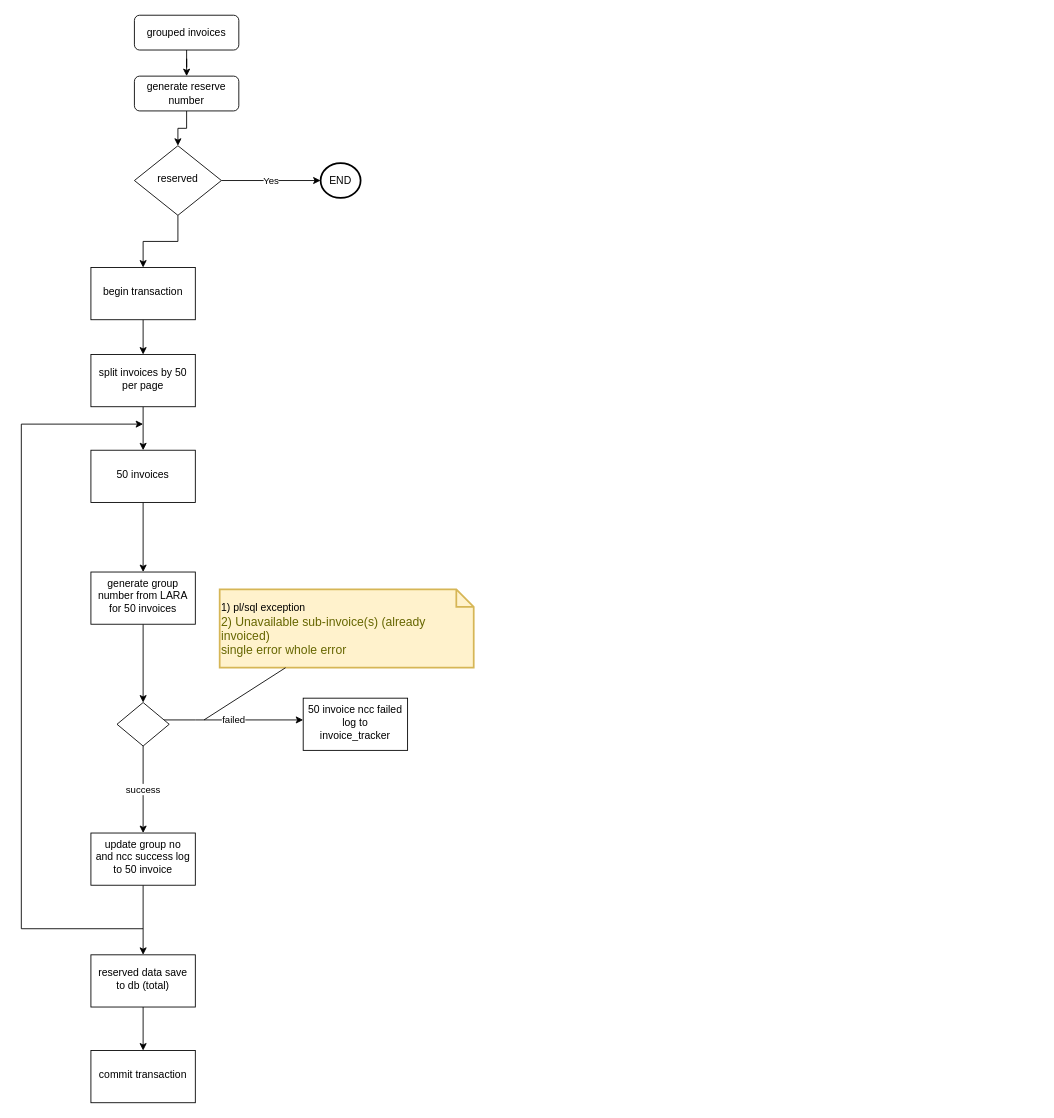
Before: ncc_flow.drawio in yi2003/diagram, a draw.io diagram. Source tidied: cells renumbered, new cells numbered last; positions are measured from the earlier drawing's top-left corner, leaving out a move shared by most shapes. Both pictures are drawn from the tidied source at 87%, with x=0, y=0 at pixel (21, 15).
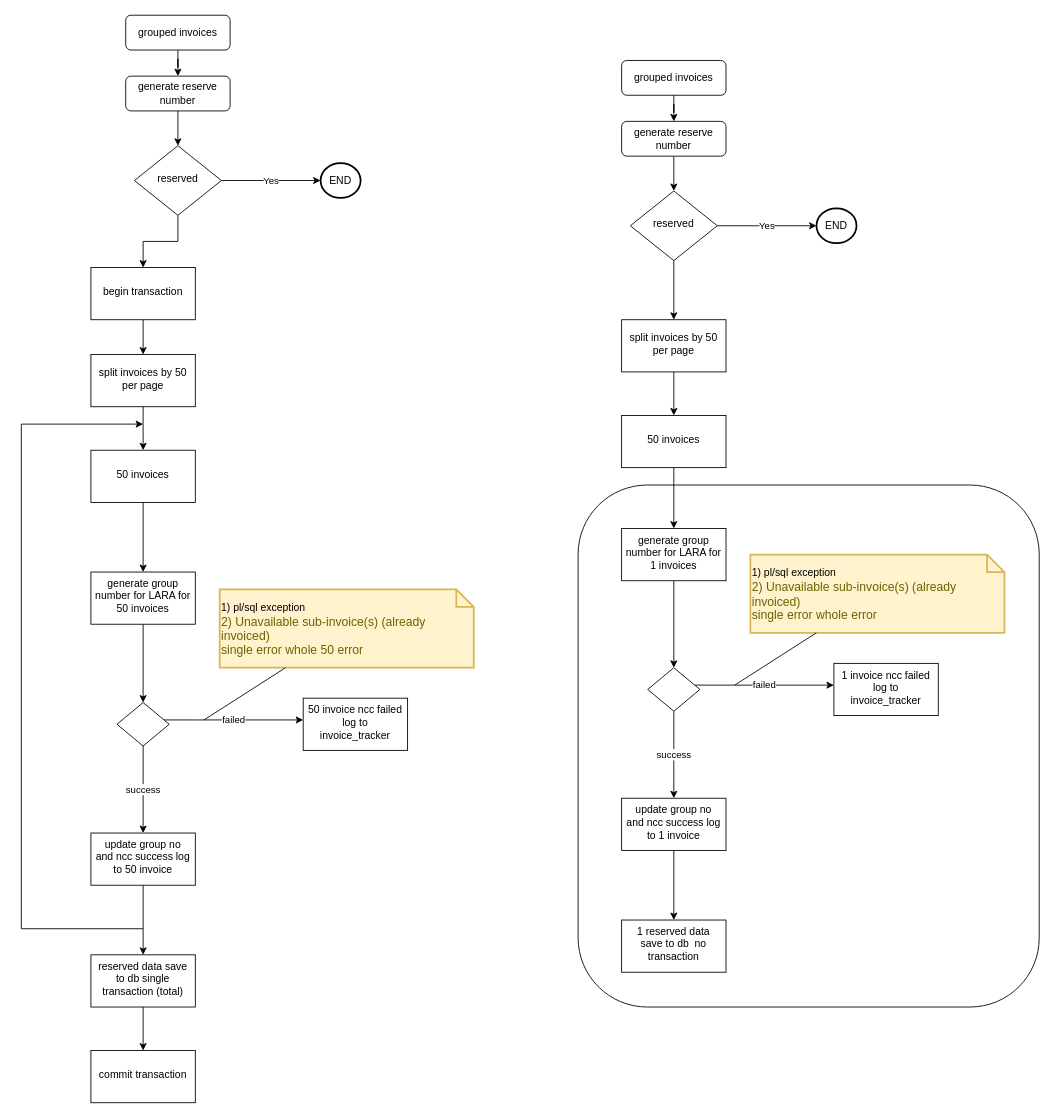
The same page after the edit.

What changed in the source:
```diff
@@
+    <mxCell id="30" style="rounded=1;whiteSpace=wrap;html=1;" parent="1" vertex="1">
+      <mxGeometry x="640" y="540" width="530" height="600" as="geometry" />
+    </mxCell>
@@
     <mxCell id="3" value="grouped invoices" style="rounded=1;whiteSpace=wrap;html=1;fontSize=12;glass=0;strokeWidth=1;shadow=0;" parent="1" vertex="1">
-      <mxGeometry x="130" width="120" height="40" as="geometry" />
+      <mxGeometry x="120" width="120" height="40" as="geometry" />
     </mxCell>
@@
     <mxCell id="8" value="generate reserve number" style="rounded=1;whiteSpace=wrap;html=1;fontSize=12;glass=0;strokeWidth=1;shadow=0;" parent="1" vertex="1">
-      <mxGeometry x="130" y="70" width="120" height="40" as="geometry" />
+      <mxGeometry x="120" y="70" width="120" height="40" as="geometry" />
     </mxCell>
@@
-    <mxCell id="17" value="generate group number from LARA for 50 invoices" style="whiteSpace=wrap;html=1;shadow=0;strokeWidth=1;spacing=6;spacingTop=-4;" parent="1" vertex="1">
+    <mxCell id="17" value="generate group number for LARA for 50 invoices" style="whiteSpace=wrap;html=1;shadow=0;strokeWidth=1;spacing=6;spacingTop=-4;" parent="1" vertex="1">
       <mxGeometry x="80" y="640" width="120" height="60" as="geometry" />
     </mxCell>
@@
-    <mxCell id="24" value="&lt;font color=&quot;#000000&quot;&gt;&lt;span style=&quot;font-size: 12px;&quot;&gt;1) pl/sql exception&lt;/span&gt;&lt;/font&gt;&amp;nbsp;&lt;br&gt;2)&amp;nbsp;Unavailable sub-invoice(s) (already invoiced)&lt;br&gt;single error whole error" style="shape=note;strokeWidth=2;fontSize=14;size=20;whiteSpace=wrap;html=1;fillColor=#fff2cc;strokeColor=#d6b656;fontColor=#666600;align=left;" parent="1" vertex="1">
+    <mxCell id="24" value="&lt;font color=&quot;#000000&quot;&gt;&lt;span style=&quot;font-size: 12px;&quot;&gt;1) pl/sql exception&lt;/span&gt;&lt;/font&gt;&amp;nbsp;&lt;br&gt;2)&amp;nbsp;Unavailable sub-invoice(s) (already invoiced)&lt;br&gt;single error whole 50 error" style="shape=note;strokeWidth=2;fontSize=14;size=20;whiteSpace=wrap;html=1;fillColor=#fff2cc;strokeColor=#d6b656;fontColor=#666600;align=left;" parent="1" vertex="1">
       <mxGeometry x="228" y="660" width="292" height="90" as="geometry" />
     </mxCell>
@@
-    <mxCell id="27" value="reserved data save to db (total)" style="whiteSpace=wrap;html=1;shadow=0;strokeWidth=1;spacing=6;spacingTop=-4;" parent="1" vertex="1">
+    <mxCell id="27" value="reserved data save to db single transaction (total)" style="whiteSpace=wrap;html=1;shadow=0;strokeWidth=1;spacing=6;spacingTop=-4;" parent="1" vertex="1">
       <mxGeometry x="80" y="1080" width="120" height="60" as="geometry" />
     </mxCell>
@@
+    <mxCell id="31" style="edgeStyle=orthogonalEdgeStyle;rounded=0;jettySize=auto;html=1;" parent="1" edge="1" source="32" target="37">
+      <mxGeometry relative="1" as="geometry" />
+    </mxCell>
+    <mxCell id="32" value="grouped invoices" style="rounded=1;whiteSpace=wrap;html=1;fontSize=12;glass=0;strokeWidth=1;shadow=0;" parent="1" vertex="1">
+      <mxGeometry x="690" y="52" width="120" height="40" as="geometry" />
+    </mxCell>
+    <mxCell id="33" value="Yes" style="edgeStyle=orthogonalEdgeStyle;rounded=0;jettySize=auto;html=1;" parent="1" edge="1" source="35" target="38">
+      <mxGeometry relative="1" as="geometry" />
+    </mxCell>
+    <mxCell id="34" style="edgeStyle=orthogonalEdgeStyle;rounded=0;jettySize=auto;html=1;" parent="1" edge="1" source="35" target="40">
+      <mxGeometry relative="1" as="geometry" />
+    </mxCell>
+    <mxCell id="35" value="reserved" style="rhombus;whiteSpace=wrap;html=1;shadow=0;fontFamily=Helvetica;fontSize=12;align=center;strokeWidth=1;spacing=6;spacingTop=-4;" parent="1" vertex="1">
+      <mxGeometry x="700" y="202" width="100" height="80" as="geometry" />
+    </mxCell>
+    <mxCell id="36" style="edgeStyle=orthogonalEdgeStyle;rounded=0;jettySize=auto;html=1;" parent="1" edge="1" source="37" target="35">
+      <mxGeometry relative="1" as="geometry" />
+    </mxCell>
+    <mxCell id="37" value="generate reserve number" style="rounded=1;whiteSpace=wrap;html=1;fontSize=12;glass=0;strokeWidth=1;shadow=0;" parent="1" vertex="1">
+      <mxGeometry x="690" y="122" width="120" height="40" as="geometry" />
+    </mxCell>
+    <mxCell id="38" value="END" style="strokeWidth=2;html=1;shape=mxgraph.flowchart.start_2;whiteSpace=wrap;" parent="1" vertex="1">
+      <mxGeometry x="914" y="222" width="46" height="40" as="geometry" />
+    </mxCell>
+    <mxCell id="39" style="edgeStyle=orthogonalEdgeStyle;rounded=0;jettySize=auto;html=1;" parent="1" edge="1" source="40" target="42">
+      <mxGeometry relative="1" as="geometry" />
+    </mxCell>
+    <mxCell id="40" value="split invoices by 50 per page" style="whiteSpace=wrap;html=1;shadow=0;strokeWidth=1;spacing=6;spacingTop=-4;" parent="1" vertex="1">
+      <mxGeometry x="690" y="350" width="120" height="60" as="geometry" />
+    </mxCell>
+    <mxCell id="41" style="edgeStyle=orthogonalEdgeStyle;rounded=0;jettySize=auto;html=1;" parent="1" edge="1" source="42" target="44">
+      <mxGeometry relative="1" as="geometry" />
+    </mxCell>
+    <mxCell id="42" value="50 invoices" style="whiteSpace=wrap;html=1;shadow=0;strokeWidth=1;spacing=6;spacingTop=-4;" parent="1" vertex="1">
+      <mxGeometry x="690" y="460" width="120" height="60" as="geometry" />
+    </mxCell>
+    <mxCell id="43" style="edgeStyle=orthogonalEdgeStyle;rounded=0;jettySize=auto;html=1;" parent="1" edge="1" source="44" target="47">
+      <mxGeometry relative="1" as="geometry" />
+    </mxCell>
+    <mxCell id="44" value="generate group number for LARA for 1 invoices" style="whiteSpace=wrap;html=1;shadow=0;strokeWidth=1;spacing=6;spacingTop=-4;" parent="1" vertex="1">
+      <mxGeometry x="690" y="590" width="120" height="60" as="geometry" />
+    </mxCell>
+    <mxCell id="45" value="failed" style="edgeStyle=orthogonalEdgeStyle;rounded=0;jettySize=auto;html=1;" parent="1" edge="1" source="47" target="48">
+      <mxGeometry relative="1" as="geometry">
+        <Array as="points">
+          <mxPoint x="810" y="770" />
+          <mxPoint x="810" y="770" />
+        </Array>
+      </mxGeometry>
+    </mxCell>
+    <mxCell id="46" value="success" style="edgeStyle=orthogonalEdgeStyle;rounded=0;jettySize=auto;html=1;" parent="1" edge="1" source="47" target="50">
+      <mxGeometry relative="1" as="geometry" />
+    </mxCell>
+    <mxCell id="47" style="rhombus;whiteSpace=wrap;html=1;shadow=0;strokeWidth=1;spacing=6;spacingTop=-4;" parent="1" vertex="1">
+      <mxGeometry x="720" y="750" width="60" height="50" as="geometry" />
+    </mxCell>
+    <mxCell id="48" value="1 invoice ncc failed log to invoice_tracker" style="whiteSpace=wrap;html=1;shadow=0;strokeWidth=1;spacing=6;spacingTop=-4;" parent="1" vertex="1">
+      <mxGeometry x="934" y="745" width="120" height="60" as="geometry" />
+    </mxCell>
+    <mxCell id="49" style="edgeStyle=orthogonalEdgeStyle;rounded=0;jettySize=auto;html=1;" parent="1" edge="1" source="50" target="53">
+      <mxGeometry relative="1" as="geometry" />
+    </mxCell>
+    <mxCell id="50" value="update group no and ncc success log to 1 invoice" style="whiteSpace=wrap;html=1;shadow=0;strokeWidth=1;spacing=6;spacingTop=-4;" parent="1" vertex="1">
+      <mxGeometry x="690" y="900" width="120" height="60" as="geometry" />
+    </mxCell>
+    <mxCell id="51" value="&lt;font color=&quot;#000000&quot;&gt;&lt;span style=&quot;font-size: 12px;&quot;&gt;1) pl/sql exception&lt;/span&gt;&lt;/font&gt;&amp;nbsp;&lt;br&gt;2)&amp;nbsp;Unavailable sub-invoice(s) (already invoiced)&lt;br&gt;single error whole error" style="shape=note;strokeWidth=2;fontSize=14;size=20;whiteSpace=wrap;html=1;fillColor=#fff2cc;strokeColor=#d6b656;fontColor=#666600;align=left;" parent="1" vertex="1">
+      <mxGeometry x="838" y="620" width="292" height="90" as="geometry" />
+    </mxCell>
+    <mxCell id="52" style="endArrow=none;html=1;rounded=0;" parent="1" edge="1" target="51">
+      <mxGeometry relative="1" as="geometry">
+        <mxPoint x="820" y="770" as="sourcePoint" />
+      </mxGeometry>
+    </mxCell>
+    <mxCell id="53" value="1 reserved data save to db&amp;nbsp; no transaction" style="whiteSpace=wrap;html=1;shadow=0;strokeWidth=1;spacing=6;spacingTop=-4;" parent="1" vertex="1">
+      <mxGeometry x="690" y="1040" width="120" height="60" as="geometry" />
+    </mxCell>
```
